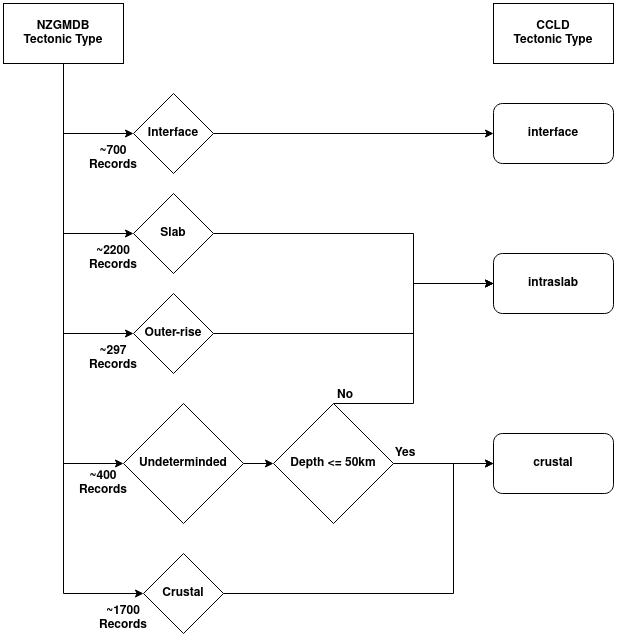
The draw.io diagram wiki/images/tect_mapping_ccld.png in ucgmsim/nzgmdb, before a commit. Source tidied: cells renumbered, new cells last; positions are measured from the earlier drawing's top-left corner, leaving out a move shared by most shapes.
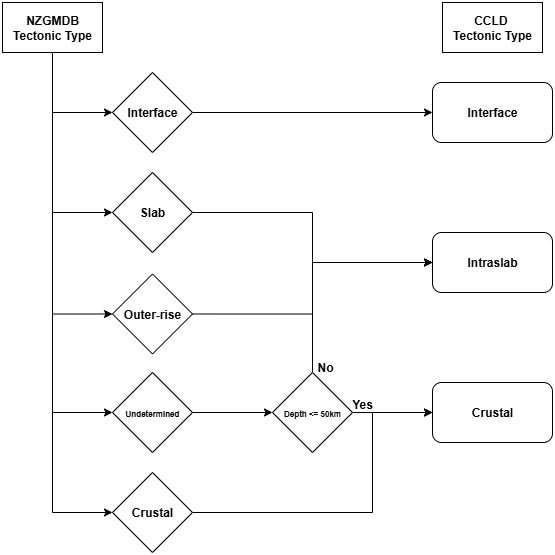
Later version of the same file.

What changed in the source:
```diff
@@ -2,125 +2,85 @@
   <root>
     <mxCell id="0" />
     <mxCell id="1" parent="0" />
-    <mxCell id="2" style="edgeStyle=orthogonalEdgeStyle;rounded=0;jettySize=auto;html=1;exitX=0.5;exitY=1;exitDx=0;exitDy=0;entryX=0;entryY=0.5;entryDx=0;entryDy=0;" parent="1" edge="1" source="7" target="9">
-      <mxGeometry relative="1" as="geometry" />
-    </mxCell>
     <mxCell id="3" style="edgeStyle=orthogonalEdgeStyle;rounded=0;jettySize=auto;html=1;exitX=0.5;exitY=1;exitDx=0;exitDy=0;entryX=0;entryY=0.5;entryDx=0;entryDy=0;" parent="1" edge="1" source="7" target="11">
       <mxGeometry relative="1" as="geometry" />
     </mxCell>
-    <mxCell id="4" style="edgeStyle=orthogonalEdgeStyle;rounded=0;jettySize=auto;html=1;exitX=0.5;exitY=1;exitDx=0;exitDy=0;entryX=0;entryY=0.5;entryDx=0;entryDy=0;" parent="1" edge="1" source="7" target="13">
-      <mxGeometry relative="1" as="geometry" />
-    </mxCell>
-    <mxCell id="5" style="edgeStyle=orthogonalEdgeStyle;rounded=0;jettySize=auto;html=1;exitX=0.5;exitY=1;exitDx=0;exitDy=0;entryX=0;entryY=0.5;entryDx=0;entryDy=0;" parent="1" edge="1" target="15">
-      <mxGeometry relative="1" as="geometry">
-        <mxPoint x="60" y="190" as="sourcePoint" />
-        <Array as="points">
-          <mxPoint x="60" y="230" />
-        </Array>
-      </mxGeometry>
-    </mxCell>
-    <mxCell id="6" style="edgeStyle=orthogonalEdgeStyle;rounded=0;jettySize=auto;html=1;exitX=0.5;exitY=1;exitDx=0;exitDy=0;entryX=0;entryY=0.5;entryDx=0;entryDy=0;" parent="1" edge="1" target="21">
-      <mxGeometry relative="1" as="geometry">
-        <mxPoint x="60" y="190" as="sourcePoint" />
-        <Array as="points">
-          <mxPoint x="60" y="330" />
-        </Array>
-      </mxGeometry>
-    </mxCell>
+    <mxCell id="32" style="edgeStyle=orthogonalEdgeStyle;rounded=0;jettySize=auto;html=1;exitX=0.5;exitY=1;exitDx=0;exitDy=0;entryX=0;entryY=0.5;entryDx=0;entryDy=0;" parent="1" edge="1" source="7" target="15">
+      <mxGeometry relative="1" as="geometry" />
+    </mxCell>
+    <mxCell id="33" style="edgeStyle=orthogonalEdgeStyle;rounded=0;jettySize=auto;html=1;exitX=0.5;exitY=1;exitDx=0;exitDy=0;entryX=0;entryY=0.5;entryDx=0;entryDy=0;" parent="1" edge="1" source="7" target="21">
+      <mxGeometry relative="1" as="geometry" />
+    </mxCell>
+    <mxCell id="34" style="edgeStyle=orthogonalEdgeStyle;rounded=0;jettySize=auto;html=1;exitX=0.5;exitY=1;exitDx=0;exitDy=0;entryX=0;entryY=0.5;entryDx=0;entryDy=0;" parent="1" edge="1" source="7" target="40">
+      <mxGeometry relative="1" as="geometry" />
+    </mxCell>
+    <mxCell id="35" style="edgeStyle=orthogonalEdgeStyle;rounded=0;jettySize=auto;html=1;exitX=0.5;exitY=1;exitDx=0;exitDy=0;entryX=0;entryY=0.5;entryDx=0;entryDy=0;" parent="1" edge="1" source="7" target="45">
+      <mxGeometry relative="1" as="geometry" />
+    </mxCell>
-    <mxCell id="7" value="&lt;div&gt;&lt;b&gt;NZGMDB&lt;/b&gt;&lt;/div&gt;&lt;div&gt;&lt;b&gt;Tectonic Type&lt;br&gt;&lt;/b&gt;&lt;/div&gt;" style="rounded=0;whiteSpace=wrap;html=1;" parent="1" vertex="1">
-      <mxGeometry width="120" height="60" as="geometry" />
+    <mxCell id="7" value="&lt;b&gt;NZGMDB Tectonic Type&lt;/b&gt;" style="rounded=0;whiteSpace=wrap;html=1;" parent="1" vertex="1">
+      <mxGeometry y="210" width="100" height="50" as="geometry" />
     </mxCell>
-    <mxCell id="8" style="edgeStyle=orthogonalEdgeStyle;rounded=0;jettySize=auto;html=1;exitX=1;exitY=0.5;exitDx=0;exitDy=0;entryX=0;entryY=0.5;entryDx=0;entryDy=0;" parent="1" edge="1" source="9" target="26">
-      <mxGeometry relative="1" as="geometry">
-        <Array as="points">
-          <mxPoint x="450" y="590" />
-          <mxPoint x="450" y="460" />
-        </Array>
-      </mxGeometry>
-    </mxCell>
-    <mxCell id="9" value="&lt;b&gt;Crustal&lt;/b&gt;" style="rhombus;whiteSpace=wrap;html=1;" parent="1" vertex="1">
-      <mxGeometry x="140" y="550" width="80" height="80" as="geometry" />
-    </mxCell>
-    <mxCell id="10" style="edgeStyle=orthogonalEdgeStyle;rounded=0;jettySize=auto;html=1;exitX=1;exitY=0.5;exitDx=0;exitDy=0;entryX=0;entryY=0.5;entryDx=0;entryDy=0;" parent="1" edge="1" source="11" target="25">
-      <mxGeometry relative="1" as="geometry" />
-    </mxCell>
+    <mxCell id="36" style="edgeStyle=orthogonalEdgeStyle;rounded=0;jettySize=auto;html=1;exitX=1;exitY=0.5;exitDx=0;exitDy=0;entryX=0;entryY=0.5;entryDx=0;entryDy=0;" parent="1" edge="1" source="11" target="41">
+      <mxGeometry relative="1" as="geometry" />
+    </mxCell>
     <mxCell id="11" value="&lt;b&gt;Interface&lt;/b&gt;" style="rhombus;whiteSpace=wrap;html=1;" parent="1" vertex="1">
-      <mxGeometry x="130" y="90" width="80" height="80" as="geometry" />
+      <mxGeometry x="110" y="280" width="80" height="80" as="geometry" />
     </mxCell>
-    <mxCell id="12" style="edgeStyle=orthogonalEdgeStyle;rounded=0;jettySize=auto;html=1;exitX=1;exitY=0.5;exitDx=0;exitDy=0;entryX=0;entryY=0.5;entryDx=0;entryDy=0;" parent="1" edge="1" source="13" target="29">
-      <mxGeometry relative="1" as="geometry" />
-    </mxCell>
-    <mxCell id="13" value="&lt;b&gt;Undeterminded&lt;/b&gt;" style="rhombus;whiteSpace=wrap;html=1;" parent="1" vertex="1">
-      <mxGeometry x="120" y="400" width="120" height="120" as="geometry" />
-    </mxCell>
-    <mxCell id="14" style="edgeStyle=orthogonalEdgeStyle;rounded=0;jettySize=auto;html=1;exitX=1;exitY=0.5;exitDx=0;exitDy=0;entryX=0;entryY=0.5;entryDx=0;entryDy=0;" parent="1" edge="1" source="15" target="23">
-      <mxGeometry relative="1" as="geometry">
-        <Array as="points">
-          <mxPoint x="410" y="230" />
-          <mxPoint x="410" y="280" />
-        </Array>
-      </mxGeometry>
-    </mxCell>
+    <mxCell id="37" style="edgeStyle=orthogonalEdgeStyle;rounded=0;jettySize=auto;html=1;exitX=1;exitY=0.5;exitDx=0;exitDy=0;entryX=0;entryY=0.5;entryDx=0;entryDy=0;" parent="1" edge="1" source="15" target="42">
+      <mxGeometry relative="1" as="geometry" />
+    </mxCell>
     <mxCell id="15" value="&lt;b&gt;Slab&lt;/b&gt;" style="rhombus;whiteSpace=wrap;html=1;" parent="1" vertex="1">
-      <mxGeometry x="130" y="190" width="80" height="80" as="geometry" />
+      <mxGeometry x="110" y="380" width="80" height="80" as="geometry" />
     </mxCell>
-    <mxCell id="16" value="&lt;b&gt;~2200&lt;/b&gt;&lt;div&gt;&lt;b&gt;Records&lt;/b&gt;&lt;/div&gt;" style="text;html=1;align=center;verticalAlign=middle;whiteSpace=wrap;rounded=0;" parent="1" vertex="1">
-      <mxGeometry x="80" y="240" width="60" height="30" as="geometry" />
-    </mxCell>
-    <mxCell id="17" value="&lt;div&gt;&lt;b&gt;~1700&lt;/b&gt;&lt;/div&gt;&lt;div&gt;&lt;b&gt;Records&lt;br&gt;&lt;/b&gt;&lt;/div&gt;" style="text;html=1;align=center;verticalAlign=middle;whiteSpace=wrap;rounded=0;" parent="1" vertex="1">
-      <mxGeometry x="90" y="600" width="60" height="30" as="geometry" />
-    </mxCell>
-    <mxCell id="18" value="&lt;div&gt;&lt;b&gt;~700&lt;/b&gt;&lt;/div&gt;&lt;div&gt;&lt;b&gt;Records&lt;br&gt;&lt;/b&gt;&lt;/div&gt;" style="text;html=1;align=center;verticalAlign=middle;whiteSpace=wrap;rounded=0;" parent="1" vertex="1">
-      <mxGeometry x="80" y="140" width="60" height="30" as="geometry" />
-    </mxCell>
-    <mxCell id="19" value="&lt;div&gt;&lt;b&gt;~400&lt;/b&gt;&lt;/div&gt;&lt;div&gt;&lt;b&gt;Records&lt;br&gt;&lt;/b&gt;&lt;/div&gt;" style="text;html=1;align=center;verticalAlign=middle;whiteSpace=wrap;rounded=0;" parent="1" vertex="1">
-      <mxGeometry x="70" y="465" width="60" height="30" as="geometry" />
-    </mxCell>
-    <mxCell id="20" style="edgeStyle=orthogonalEdgeStyle;rounded=0;jettySize=auto;html=1;exitX=1;exitY=0.5;exitDx=0;exitDy=0;entryX=0;entryY=0.5;entryDx=0;entryDy=0;" parent="1" edge="1" source="21" target="23">
-      <mxGeometry relative="1" as="geometry">
-        <Array as="points">
-          <mxPoint x="410" y="330" />
-          <mxPoint x="410" y="280" />
-        </Array>
-      </mxGeometry>
-    </mxCell>
+    <mxCell id="38" style="edgeStyle=orthogonalEdgeStyle;rounded=0;jettySize=auto;html=1;exitX=1;exitY=0.5;exitDx=0;exitDy=0;entryX=0;entryY=0.5;entryDx=0;entryDy=0;" parent="1" edge="1" source="21" target="42">
+      <mxGeometry relative="1" as="geometry" />
+    </mxCell>
     <mxCell id="21" value="&lt;b&gt;Outer-rise&lt;/b&gt;" style="rhombus;whiteSpace=wrap;html=1;" parent="1" vertex="1">
-      <mxGeometry x="130" y="290" width="80" height="80" as="geometry" />
+      <mxGeometry x="110" y="481.5" width="80" height="80" as="geometry" />
     </mxCell>
-    <mxCell id="22" value="&lt;div&gt;&lt;b&gt;~297&lt;/b&gt;&lt;/div&gt;&lt;div&gt;&lt;b&gt;Records&lt;br&gt;&lt;/b&gt;&lt;/div&gt;" style="text;html=1;align=center;verticalAlign=middle;whiteSpace=wrap;rounded=0;" parent="1" vertex="1">
-      <mxGeometry x="80" y="340" width="60" height="30" as="geometry" />
-    </mxCell>
-    <mxCell id="23" value="&lt;b&gt;intraslab&lt;/b&gt;" style="rounded=1;whiteSpace=wrap;html=1;" parent="1" vertex="1">
-      <mxGeometry x="490" y="250" width="120" height="60" as="geometry" />
-    </mxCell>
+    <mxCell id="39" style="edgeStyle=orthogonalEdgeStyle;rounded=0;jettySize=auto;html=1;exitX=1;exitY=0.5;exitDx=0;exitDy=0;entryX=0;entryY=0.5;entryDx=0;entryDy=0;" parent="1" edge="1" source="40" target="29">
+      <mxGeometry relative="1" as="geometry" />
+    </mxCell>
+    <mxCell id="40" value="&lt;b&gt;&lt;font style=&quot;font-size: 8px;&quot;&gt;Undetermined&lt;/font&gt;&lt;/b&gt;" style="rhombus;whiteSpace=wrap;html=1;" parent="1" vertex="1">
+      <mxGeometry x="110" y="580" width="80" height="80" as="geometry" />
+    </mxCell>
+    <mxCell id="41" value="&lt;b&gt;Interface&lt;/b&gt;" style="rounded=1;whiteSpace=wrap;html=1;" parent="1" vertex="1">
+      <mxGeometry x="430" y="290" width="120" height="60" as="geometry" />
+    </mxCell>
-    <mxCell id="24" value="&lt;div&gt;&lt;b&gt;CCLD&lt;/b&gt;&lt;/div&gt;&lt;div&gt;&lt;b&gt;Tectonic Type&lt;br&gt;&lt;/b&gt;&lt;/div&gt;" style="rounded=0;whiteSpace=wrap;html=1;" parent="1" vertex="1">
-      <mxGeometry x="490" width="120" height="60" as="geometry" />
+    <mxCell id="24" value="&lt;b&gt;CCLD&amp;nbsp;&lt;/b&gt;&lt;div&gt;&lt;b&gt;Tectonic Type&lt;/b&gt;&lt;/div&gt;" style="rounded=0;whiteSpace=wrap;html=1;" parent="1" vertex="1">
+      <mxGeometry x="440" y="210" width="100" height="50" as="geometry" />
     </mxCell>
-    <mxCell id="25" value="&lt;b&gt;interface&lt;/b&gt;" style="rounded=1;whiteSpace=wrap;html=1;" parent="1" vertex="1">
-      <mxGeometry x="490" y="100" width="120" height="60" as="geometry" />
-    </mxCell>
-    <mxCell id="26" value="&lt;b&gt;crustal&lt;/b&gt;" style="rounded=1;whiteSpace=wrap;html=1;" parent="1" vertex="1">
-      <mxGeometry x="490" y="430" width="120" height="60" as="geometry" />
-    </mxCell>
-    <mxCell id="27" style="edgeStyle=orthogonalEdgeStyle;rounded=0;jettySize=auto;html=1;exitX=0.5;exitY=0;exitDx=0;exitDy=0;entryX=0;entryY=0.5;entryDx=0;entryDy=0;" parent="1" edge="1" source="29" target="23">
-      <mxGeometry relative="1" as="geometry">
-        <Array as="points">
-          <mxPoint x="410" y="400" />
-          <mxPoint x="410" y="280" />
-        </Array>
-      </mxGeometry>
-    </mxCell>
-    <mxCell id="28" style="edgeStyle=orthogonalEdgeStyle;rounded=0;jettySize=auto;html=1;exitX=1;exitY=0.5;exitDx=0;exitDy=0;entryX=0;entryY=0.5;entryDx=0;entryDy=0;" parent="1" edge="1" source="29" target="26">
-      <mxGeometry relative="1" as="geometry" />
-    </mxCell>
+    <mxCell id="42" value="&lt;b&gt;Intraslab&lt;/b&gt;" style="rounded=1;whiteSpace=wrap;html=1;" parent="1" vertex="1">
+      <mxGeometry x="430" y="440" width="120" height="60" as="geometry" />
+    </mxCell>
+    <mxCell id="43" value="&lt;b&gt;Crustal&lt;/b&gt;" style="rounded=1;whiteSpace=wrap;html=1;" parent="1" vertex="1">
+      <mxGeometry x="430" y="590" width="120" height="60" as="geometry" />
+    </mxCell>
+    <mxCell id="44" style="edgeStyle=orthogonalEdgeStyle;rounded=0;jettySize=auto;html=1;exitX=1;exitY=0.5;exitDx=0;exitDy=0;entryX=0;entryY=0.5;entryDx=0;entryDy=0;" parent="1" edge="1" source="45" target="43">
+      <mxGeometry relative="1" as="geometry">
+        <Array as="points">
+          <mxPoint x="370" y="720" />
+          <mxPoint x="370" y="620" />
+        </Array>
+      </mxGeometry>
+    </mxCell>
+    <mxCell id="45" value="&lt;b&gt;&lt;font style=&quot;font-size: 12px;&quot;&gt;Crustal&lt;/font&gt;&lt;/b&gt;" style="rhombus;whiteSpace=wrap;html=1;" parent="1" vertex="1">
+      <mxGeometry x="110" y="680" width="80" height="80" as="geometry" />
+    </mxCell>
+    <mxCell id="46" style="edgeStyle=orthogonalEdgeStyle;rounded=0;jettySize=auto;html=1;exitX=0.5;exitY=0;exitDx=0;exitDy=0;entryX=0;entryY=0.5;entryDx=0;entryDy=0;" parent="1" edge="1" source="29" target="42">
+      <mxGeometry relative="1" as="geometry" />
+    </mxCell>
+    <mxCell id="47" style="edgeStyle=orthogonalEdgeStyle;rounded=0;jettySize=auto;html=1;exitX=1;exitY=0.5;exitDx=0;exitDy=0;entryX=0;entryY=0.5;entryDx=0;entryDy=0;" parent="1" edge="1" source="29" target="43">
+      <mxGeometry relative="1" as="geometry" />
+    </mxCell>
-    <mxCell id="29" value="&lt;b&gt;Depth &amp;lt;= 50km&lt;br&gt;&lt;/b&gt;" style="rhombus;whiteSpace=wrap;html=1;" parent="1" vertex="1">
-      <mxGeometry x="270" y="400" width="120" height="120" as="geometry" />
+    <mxCell id="29" value="&lt;b&gt;&lt;font style=&quot;font-size: 8px;&quot;&gt;Depth &amp;lt;= 50km&lt;/font&gt;&lt;/b&gt;" style="rhombus;whiteSpace=wrap;html=1;" parent="1" vertex="1">
+      <mxGeometry x="270" y="580" width="80" height="80" as="geometry" />
     </mxCell>
+    <mxCell id="31" value="&lt;b&gt;No&lt;/b&gt;" style="text;html=1;align=center;verticalAlign=middle;whiteSpace=wrap;rounded=0;" parent="1" vertex="1">
+      <mxGeometry x="293" y="559.5" width="60" height="30" as="geometry" />
+    </mxCell>
     <mxCell id="30" value="&lt;b&gt;Yes&lt;/b&gt;" style="text;html=1;align=center;verticalAlign=middle;whiteSpace=wrap;rounded=0;" parent="1" vertex="1">
-      <mxGeometry x="372" y="435" width="60" height="30" as="geometry" />
+      <mxGeometry x="330" y="597" width="60" height="30" as="geometry" />
     </mxCell>
-    <mxCell id="31" value="&lt;b&gt;No&lt;/b&gt;" style="text;html=1;align=center;verticalAlign=middle;whiteSpace=wrap;rounded=0;" parent="1" vertex="1">
-      <mxGeometry x="312" y="377" width="60" height="30" as="geometry" />
-    </mxCell>
   </root>
 </mxGraphModel>
```
